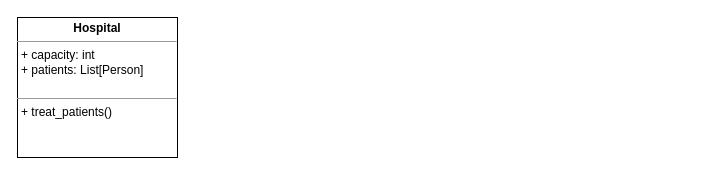
Above: diagrams/Hospital Class.drawio in rolkon/covid-gof-patterns (draw.io), before the change. Source tidied: cells renumbered, new cells numbered last; positions are measured from the earlier drawing's top-left corner, leaving out a move shared by most shapes. Both pictures are drawn from the tidied source at 100%, with x=0, y=0 at pixel (17, 17).
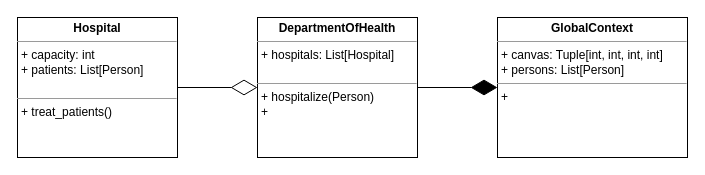
The same page after the edit.

What changed in the source:
```diff
@@
 <mxGraphModel>
   <root>
     <mxCell id="0" />
     <mxCell id="1" parent="0" />
+    <mxCell id="3" style="edgeStyle=orthogonalEdgeStyle;rounded=0;jettySize=auto;html=1;exitX=1;exitY=0.5;exitDx=0;exitDy=0;entryX=0;entryY=0.5;entryDx=0;entryDy=0;endArrow=diamondThin;endFill=0;endSize=24;" parent="1" edge="1" source="2" target="5">
+      <mxGeometry relative="1" as="geometry" />
+    </mxCell>
     <mxCell id="2" value="&lt;p style=&quot;margin: 0px ; margin-top: 4px ; text-align: center&quot;&gt;&lt;b&gt;Hospital&lt;/b&gt;&lt;/p&gt;&lt;hr size=&quot;1&quot;&gt;&lt;p style=&quot;margin: 0px ; margin-left: 4px&quot;&gt;+ capacity: int&lt;/p&gt;&lt;p style=&quot;margin: 0px ; margin-left: 4px&quot;&gt;+ patients: List[Person]&lt;/p&gt;&lt;p style=&quot;margin: 0px ; margin-left: 4px&quot;&gt;&lt;br&gt;&lt;/p&gt;&lt;hr size=&quot;1&quot;&gt;&lt;p style=&quot;margin: 0px ; margin-left: 4px&quot;&gt;+ treat_patients()&lt;/p&gt;" style="verticalAlign=top;align=left;overflow=fill;fontSize=12;fontFamily=Helvetica;html=1;" parent="1" vertex="1">
       <mxGeometry width="160" height="140" as="geometry" />
     </mxCell>
+    <mxCell id="4" style="edgeStyle=orthogonalEdgeStyle;rounded=0;jettySize=auto;html=1;entryX=0;entryY=0.5;entryDx=0;entryDy=0;endArrow=diamondThin;endFill=1;endSize=24;" parent="1" edge="1" source="5" target="6">
+      <mxGeometry relative="1" as="geometry" />
+    </mxCell>
+    <mxCell id="5" value="&lt;p style=&quot;margin: 0px ; margin-top: 4px ; text-align: center&quot;&gt;&lt;b&gt;DepartmentOfHealth&lt;/b&gt;&lt;br&gt;&lt;/p&gt;&lt;hr size=&quot;1&quot;&gt;&lt;p style=&quot;margin: 0px ; margin-left: 4px&quot;&gt;+ hospitals: List[Hospital]&lt;/p&gt;&lt;p style=&quot;margin: 0px ; margin-left: 4px&quot;&gt;&lt;br&gt;&lt;/p&gt;&lt;hr size=&quot;1&quot;&gt;&lt;p style=&quot;margin: 0px ; margin-left: 4px&quot;&gt;+ hospitalize(Person)&lt;/p&gt;&lt;p style=&quot;margin: 0px ; margin-left: 4px&quot;&gt;+&amp;nbsp;&lt;/p&gt;" style="verticalAlign=top;align=left;overflow=fill;fontSize=12;fontFamily=Helvetica;html=1;" parent="1" vertex="1">
+      <mxGeometry x="240" width="160" height="140" as="geometry" />
+    </mxCell>
+    <mxCell id="6" value="&lt;p style=&quot;margin: 0px ; margin-top: 4px ; text-align: center&quot;&gt;&lt;b&gt;GlobalContext&lt;/b&gt;&lt;br&gt;&lt;/p&gt;&lt;hr size=&quot;1&quot;&gt;&lt;p style=&quot;margin: 0px ; margin-left: 4px&quot;&gt;+ canvas: Tuple[int, int, int, int]&lt;/p&gt;&lt;p style=&quot;margin: 0px ; margin-left: 4px&quot;&gt;+ persons: List[Person]&lt;/p&gt;&lt;hr size=&quot;1&quot;&gt;&lt;p style=&quot;margin: 0px ; margin-left: 4px&quot;&gt;+&amp;nbsp;&lt;br&gt;&lt;/p&gt;" style="verticalAlign=top;align=left;overflow=fill;fontSize=12;fontFamily=Helvetica;html=1;" parent="1" vertex="1">
+      <mxGeometry x="480" width="190" height="140" as="geometry" />
+    </mxCell>
   </root>
 </mxGraphModel>
```
